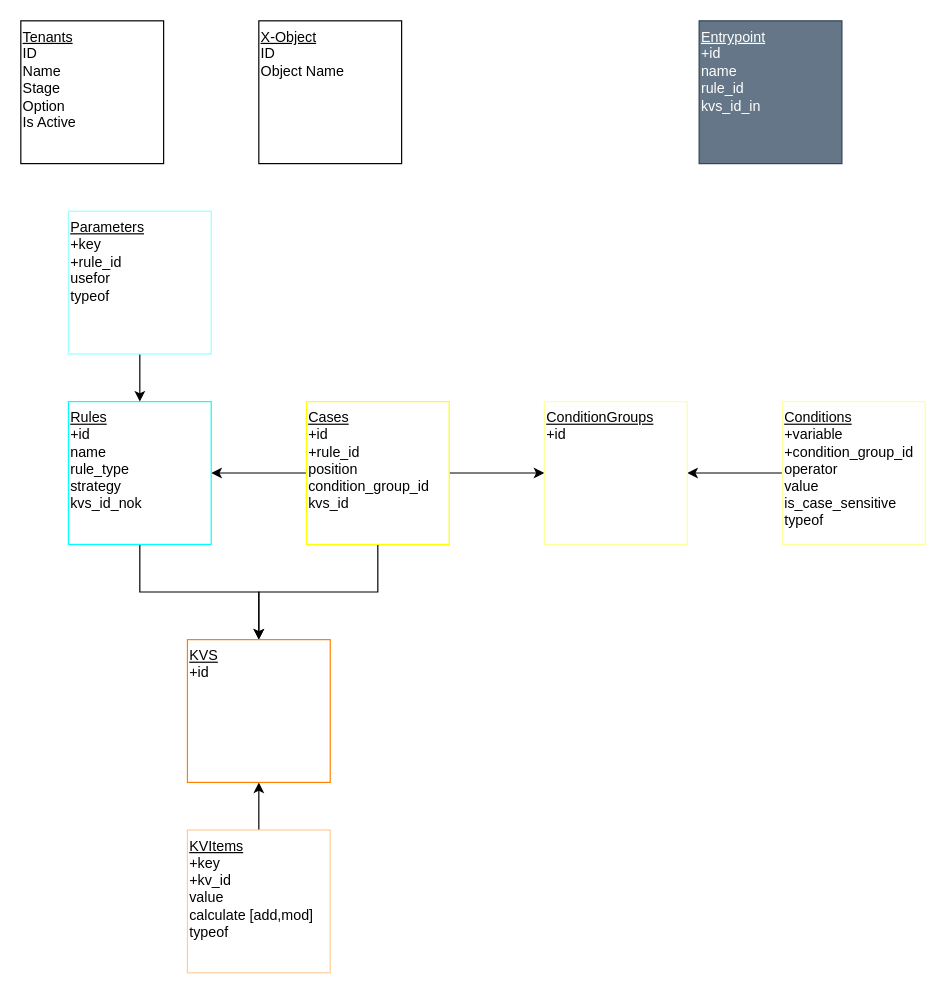
This is page "Connections" (1 of 4) of NRule.drawio from edervzz/nrules, a draw.io file, before an edit. Source tidied: cells renumbered, new cells numbered last; positions are measured from the earlier drawing's top-left corner, leaving out a move shared by most shapes. Both pictures are drawn from the tidied source at 119%, with x=0, y=0 at pixel (20, 20).
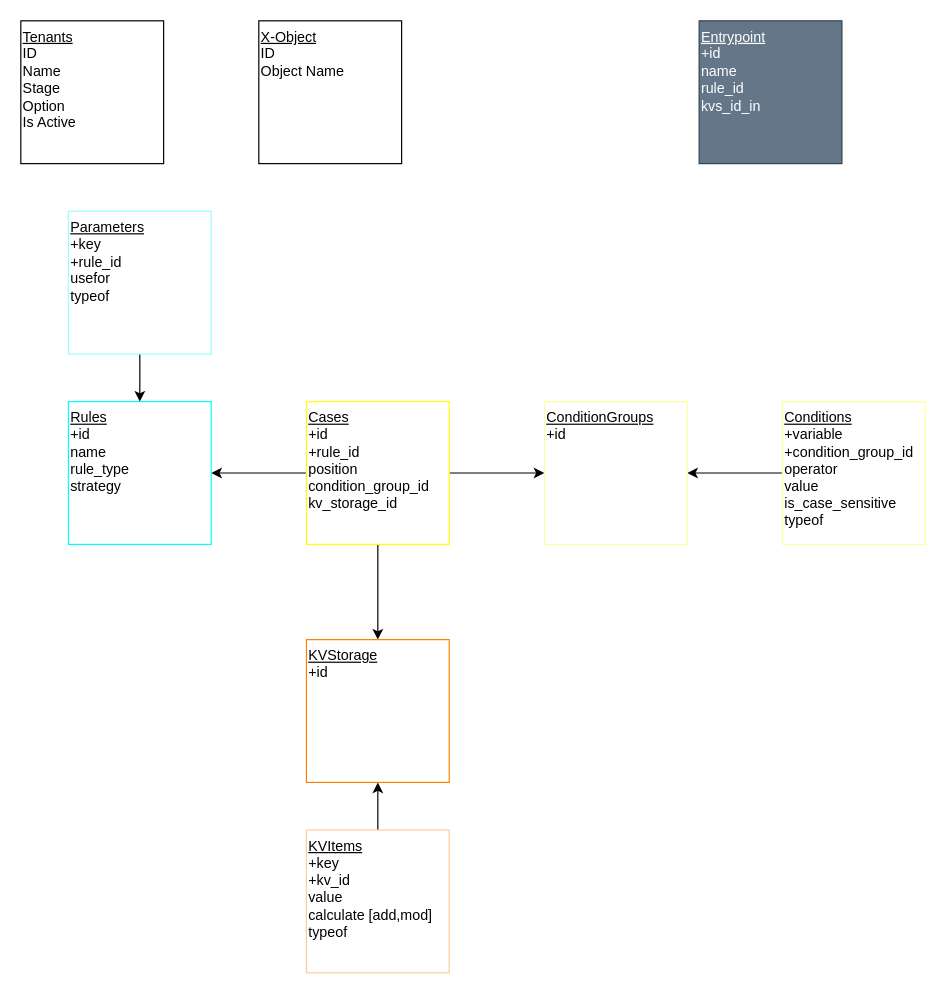
The same page after the edit.

Change to the diagram source:
```diff
@@
 <mxGraphModel>
   <root>
     <mxCell id="0" />
     <mxCell id="1" parent="0" />
     <mxCell id="2" value="&lt;u&gt;X-Object&lt;/u&gt;&lt;span style=&quot;background-color: initial;&quot;&gt;&lt;br&gt;ID&lt;/span&gt;&lt;br&gt;&lt;span style=&quot;background-color: initial;&quot;&gt;Object Name&lt;/span&gt;" style="rounded=0;whiteSpace=wrap;html=1;align=left;verticalAlign=top;" parent="1" vertex="1">
       <mxGeometry x="200" width="120" height="120" as="geometry" />
     </mxCell>
     <mxCell id="3" value="&lt;span style=&quot;background-color: initial;&quot;&gt;&lt;u&gt;Tenants&lt;/u&gt;&lt;/span&gt;&lt;span style=&quot;background-color: initial;&quot;&gt;&lt;br&gt;ID&lt;/span&gt;&lt;br&gt;&lt;span style=&quot;background-color: initial;&quot;&gt;Name&lt;/span&gt;&lt;div&gt;Stage&lt;br&gt;&lt;div&gt;&lt;span style=&quot;background-color: initial;&quot;&gt;Option&lt;/span&gt;&lt;/div&gt;&lt;/div&gt;&lt;div&gt;&lt;span style=&quot;background-color: initial;&quot;&gt;Is Active&lt;/span&gt;&lt;/div&gt;" style="rounded=0;whiteSpace=wrap;html=1;align=left;verticalAlign=top;" parent="1" vertex="1">
       <mxGeometry width="120" height="120" as="geometry" />
     </mxCell>
     <mxCell id="4" style="edgeStyle=orthogonalEdgeStyle;rounded=0;jettySize=auto;html=1;" parent="1" edge="1" source="7" target="9">
       <mxGeometry relative="1" as="geometry" />
     </mxCell>
     <mxCell id="5" style="edgeStyle=orthogonalEdgeStyle;rounded=0;jettySize=auto;html=1;" parent="1" edge="1" source="7" target="18">
       <mxGeometry relative="1" as="geometry" />
     </mxCell>
     <mxCell id="6" style="edgeStyle=orthogonalEdgeStyle;rounded=0;jettySize=auto;html=1;" parent="1" edge="1" source="7" target="13">
       <mxGeometry relative="1" as="geometry" />
     </mxCell>
-    <mxCell id="7" value="&lt;span style=&quot;background-color: initial;&quot;&gt;&lt;u&gt;Cases&lt;/u&gt;&lt;/span&gt;&lt;span style=&quot;background-color: initial;&quot;&gt;&lt;br&gt;&lt;/span&gt;+id&lt;br&gt;+rule_id&lt;br&gt;&lt;div&gt;&lt;/div&gt;position&lt;div&gt;condition_group_id&lt;/div&gt;&lt;div&gt;kvs_id&lt;/div&gt;" style="rounded=0;whiteSpace=wrap;html=1;align=left;verticalAlign=top;strokeColor=#FFFF00;" parent="1" vertex="1">
+    <mxCell id="7" value="&lt;span style=&quot;background-color: initial;&quot;&gt;&lt;u&gt;Cases&lt;/u&gt;&lt;/span&gt;&lt;span style=&quot;background-color: initial;&quot;&gt;&lt;br&gt;&lt;/span&gt;+id&lt;br&gt;+rule_id&lt;br&gt;&lt;div&gt;&lt;/div&gt;position&lt;div&gt;condition_group_id&lt;/div&gt;&lt;div&gt;kv_storage_id&lt;/div&gt;" style="rounded=0;whiteSpace=wrap;html=1;align=left;verticalAlign=top;strokeColor=#FFFF00;" parent="1" vertex="1">
       <mxGeometry x="240" y="320" width="120" height="120" as="geometry" />
     </mxCell>
-    <mxCell id="8" style="edgeStyle=orthogonalEdgeStyle;rounded=0;jettySize=auto;html=1;" parent="1" edge="1" source="9" target="13">
-      <mxGeometry relative="1" as="geometry" />
-    </mxCell>
-    <mxCell id="9" value="&lt;span style=&quot;background-color: initial;&quot;&gt;&lt;u&gt;Rules&lt;/u&gt;&lt;/span&gt;&lt;span style=&quot;background-color: initial;&quot;&gt;&lt;br&gt;&lt;/span&gt;+id&lt;br&gt;name&lt;div&gt;rule_type&lt;/div&gt;&lt;div&gt;strategy&lt;br&gt;&lt;div&gt;&lt;div&gt;kvs_id_nok&lt;/div&gt;&lt;/div&gt;&lt;/div&gt;" style="rounded=0;whiteSpace=wrap;html=1;align=left;verticalAlign=top;strokeColor=#00FFFF;" parent="1" vertex="1">
+    <mxCell id="9" value="&lt;span style=&quot;background-color: initial;&quot;&gt;&lt;u&gt;Rules&lt;/u&gt;&lt;/span&gt;&lt;span style=&quot;background-color: initial;&quot;&gt;&lt;br&gt;&lt;/span&gt;+id&lt;br&gt;name&lt;div&gt;rule_type&lt;/div&gt;&lt;div&gt;strategy&lt;/div&gt;" style="rounded=0;whiteSpace=wrap;html=1;align=left;verticalAlign=top;strokeColor=#00FFFF;" parent="1" vertex="1">
       <mxGeometry x="40" y="320" width="120" height="120" as="geometry" />
     </mxCell>
     <mxCell id="10" value="&lt;span style=&quot;background-color: initial;&quot;&gt;&lt;u&gt;Entrypoint&lt;/u&gt;&lt;/span&gt;&lt;span style=&quot;background-color: initial;&quot;&gt;&lt;br&gt;&lt;/span&gt;+id&lt;div&gt;name&lt;br&gt;&lt;div&gt;rule_id&lt;/div&gt;&lt;/div&gt;&lt;div&gt;kvs_id_in&lt;/div&gt;" style="rounded=0;whiteSpace=wrap;html=1;align=left;verticalAlign=top;fillColor=#647687;fontColor=#ffffff;strokeColor=#314354;" parent="1" vertex="1">
       <mxGeometry x="570" width="120" height="120" as="geometry" />
     </mxCell>
     <mxCell id="11" style="edgeStyle=orthogonalEdgeStyle;rounded=0;jettySize=auto;html=1;" parent="1" edge="1" source="12" target="13">
       <mxGeometry relative="1" as="geometry" />
     </mxCell>
     <mxCell id="12" value="&lt;div&gt;&lt;span style=&quot;background-color: initial;&quot;&gt;&lt;u&gt;KVItems&lt;/u&gt;&lt;/span&gt;&lt;/div&gt;&lt;span style=&quot;background-color: initial;&quot;&gt;+key&lt;/span&gt;&lt;div&gt;+kv_id&lt;br&gt;&lt;div&gt;&lt;span style=&quot;background-color: initial;&quot;&gt;value&lt;/span&gt;&lt;/div&gt;&lt;div&gt;calculate [add,mod]&lt;/div&gt;&lt;/div&gt;&lt;div&gt;typeof&lt;/div&gt;" style="rounded=0;whiteSpace=wrap;html=1;align=left;verticalAlign=top;strokeColor=#FFCC99;" parent="1" vertex="1">
-      <mxGeometry x="140" y="680" width="120" height="120" as="geometry" />
+      <mxGeometry x="240" y="680" width="120" height="120" as="geometry" />
     </mxCell>
-    <mxCell id="13" value="&lt;div&gt;&lt;span style=&quot;background-color: initial;&quot;&gt;&lt;u&gt;KVS&lt;/u&gt;&lt;/span&gt;&lt;/div&gt;&lt;span style=&quot;background-color: initial;&quot;&gt;&lt;div&gt;&lt;span style=&quot;background-color: initial;&quot;&gt;+id&lt;/span&gt;&lt;/div&gt;&lt;/span&gt;" style="rounded=0;whiteSpace=wrap;html=1;align=left;verticalAlign=top;strokeColor=#FF8000;" parent="1" vertex="1">
-      <mxGeometry x="140" y="520" width="120" height="120" as="geometry" />
+    <mxCell id="13" value="&lt;div&gt;&lt;span style=&quot;background-color: initial;&quot;&gt;&lt;u&gt;KVStorage&lt;/u&gt;&lt;/span&gt;&lt;/div&gt;&lt;span style=&quot;background-color: initial;&quot;&gt;&lt;div&gt;&lt;span style=&quot;background-color: initial;&quot;&gt;+id&lt;/span&gt;&lt;/div&gt;&lt;/span&gt;" style="rounded=0;whiteSpace=wrap;html=1;align=left;verticalAlign=top;strokeColor=#FF8000;" parent="1" vertex="1">
+      <mxGeometry x="240" y="520" width="120" height="120" as="geometry" />
     </mxCell>
     <mxCell id="14" style="edgeStyle=orthogonalEdgeStyle;rounded=0;jettySize=auto;html=1;" parent="1" edge="1" source="15" target="18">
       <mxGeometry relative="1" as="geometry" />
     </mxCell>
     <mxCell id="15" value="&lt;span style=&quot;background-color: initial;&quot;&gt;&lt;u&gt;Conditions&lt;/u&gt;&lt;/span&gt;&lt;span style=&quot;background-color: initial;&quot;&gt;&lt;br&gt;&lt;/span&gt;&lt;div&gt;+variable&lt;br&gt;+condition_group_id&lt;/div&gt;&lt;div&gt;operator&lt;/div&gt;&lt;div&gt;value&lt;/div&gt;&lt;div&gt;is_case_sensitive&lt;/div&gt;&lt;div&gt;typeof&lt;/div&gt;" style="rounded=0;whiteSpace=wrap;html=1;align=left;verticalAlign=top;strokeColor=#FFFF99;" parent="1" vertex="1">
       <mxGeometry x="640" y="320" width="120" height="120" as="geometry" />
     </mxCell>
     <mxCell id="16" style="edgeStyle=orthogonalEdgeStyle;rounded=0;jettySize=auto;html=1;" parent="1" edge="1" source="17" target="9">
       <mxGeometry relative="1" as="geometry" />
     </mxCell>
     <mxCell id="17" value="&lt;u&gt;Parameters&lt;/u&gt;&lt;div&gt;+key&lt;/div&gt;&lt;div&gt;+rule_id&lt;/div&gt;&lt;div&gt;usefor&lt;/div&gt;&lt;div&gt;typeof&lt;/div&gt;" style="rounded=0;whiteSpace=wrap;html=1;align=left;verticalAlign=top;strokeColor=#99FFFF;" parent="1" vertex="1">
       <mxGeometry x="40" y="160" width="120" height="120" as="geometry" />
     </mxCell>
     <mxCell id="18" value="&lt;span style=&quot;background-color: initial;&quot;&gt;&lt;u&gt;ConditionGroups&lt;/u&gt;&lt;/span&gt;&lt;span style=&quot;background-color: initial;&quot;&gt;&lt;br&gt;&lt;/span&gt;+id" style="rounded=0;whiteSpace=wrap;html=1;align=left;verticalAlign=top;strokeColor=#FFFF99;" parent="1" vertex="1">
       <mxGeometry x="440" y="320" width="120" height="120" as="geometry" />
     </mxCell>
   </root>
 </mxGraphModel>
```
